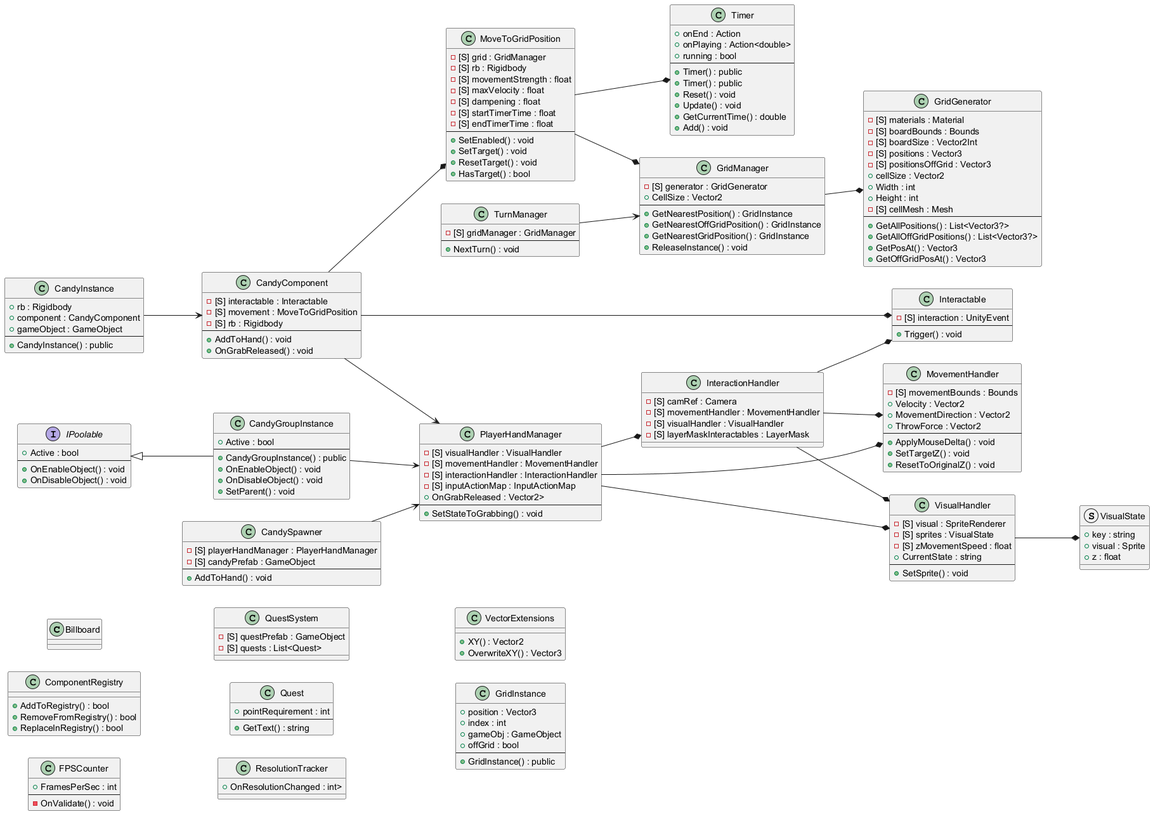
Before: .docs/public_project.png, a diagram exported from PlantUML (RyanDefost/Mii_Commander).
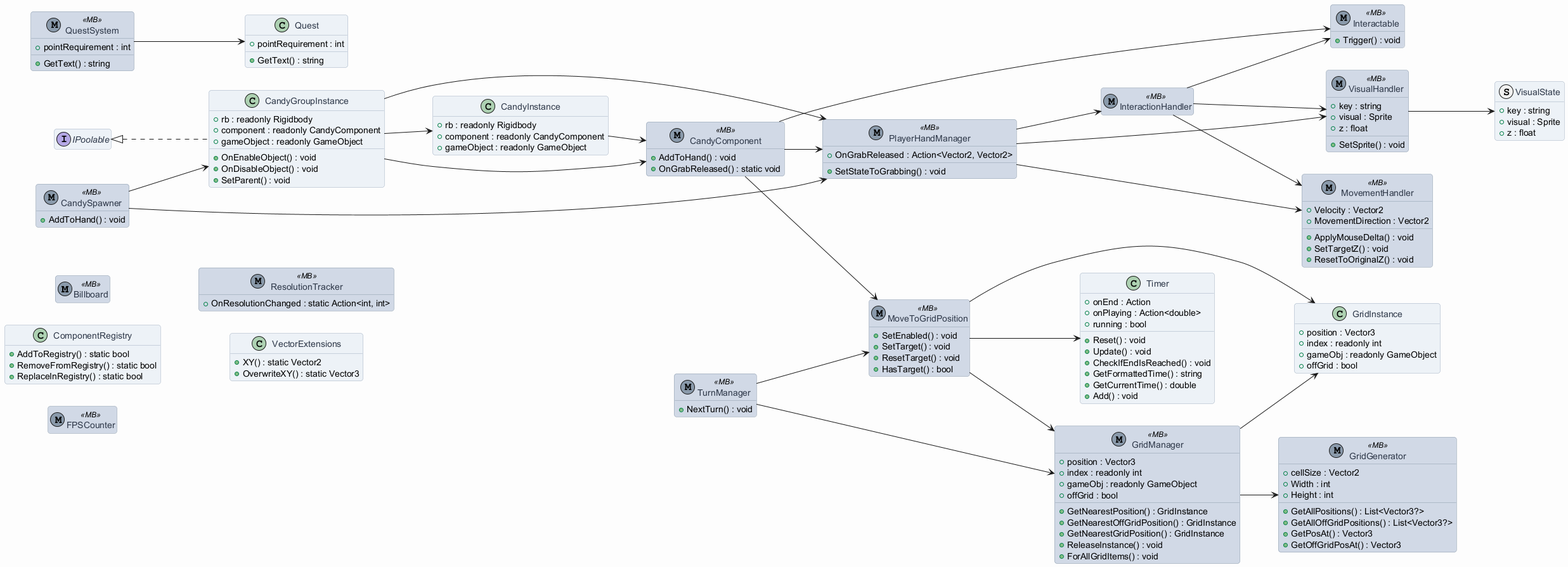
The same diagram one commit later.

Change to the diagram source:
```diff
@@ -1,193 +1,173 @@
 @startuml
-skinparam classAttributeIconSize 10
+
 set namespaceSeparator none
 left to right direction
-class Billboard {
+
+skinparam BackgroundColor #FDFDFD
+skinparam RoundCorner 8
+
+skinparam class {
+    BackgroundColor #EDF2F7
+    BorderColor #A0AEC0
+    FontColor #2D3748
+
+    BackgroundColor<<MB>> #D1D9E6
+    BorderColor<<MB>> #8A9AAB
+
+    BackgroundColor<<SO>> #D2E4D8
+    BorderColor<<SO>> #94B49F
+}
+
+hide empty members
+
+!define MonoBehaviour(x) class x << (M,#8A9AAB) MB >>
+!define ScriptableObject(x) class x << (S,#94B49F) SO >>
+!define PrivateSerialized(x) - [<color:#00C732>S</color>] x
+!define PublicSerialized(x) + [<color:#00C732>S</color>] x
+
+MonoBehaviour(Billboard) {
 }
 class ComponentRegistry {
-+AddToRegistry() : bool
-+RemoveFromRegistry() : bool
-+ReplaceInRegistry() : bool
+  + AddToRegistry() : static bool
+  + RemoveFromRegistry() : static bool
+  + ReplaceInRegistry() : static bool
 }
-class FPSCounter {
-+FramesPerSec : int
---
--OnValidate() : void
+MonoBehaviour(FPSCounter) {
 }
 interface IPoolable {
-+Active : bool
---
-+OnEnableObject() : void
-+OnDisableObject() : void
 }
-class QuestSystem {
--[S] questPrefab : GameObject
--[S] quests : List<Quest>
+MonoBehaviour(QuestSystem) {
+  + pointRequirement : int
+  + GetText() : string
 }
 class Quest {
-+pointRequirement : int
---
-+GetText() : string
+  + pointRequirement : int
+  + GetText() : string
 }
-class ResolutionTracker {
-+OnResolutionChanged : int>
+MonoBehaviour(ResolutionTracker) {
+  + OnResolutionChanged : static Action<int, int>
 }
 class Timer {
-+onEnd : Action
-+onPlaying : Action<double>
-+running : bool
---
-+Timer() : public
-+Timer() : public
-+Reset() : void
-+Update() : void
-+GetCurrentTime() : double
-+Add() : void
+  + onEnd : Action
+  + onPlaying : Action<double>
+  + running : bool
+  + Reset() : void
+  + Update() : void
+  + CheckIfEndIsReached() : void
+  + GetFormattedTime() : string
+  + GetCurrentTime() : double
+  + Add() : void
 }
 class VectorExtensions {
-+XY() : Vector2
-+OverwriteXY() : Vector3
+  + XY() : static Vector2
+  + OverwriteXY() : static Vector3
 }
-class GridGenerator {
--[S] materials : Material
--[S] boardBounds : Bounds
--[S] boardSize : Vector2Int
--[S] positions : Vector3
--[S] positionsOffGrid : Vector3
-+cellSize : Vector2
-+Width : int
-+Height : int
--[S] cellMesh : Mesh
---
-+GetAllPositions() : List<Vector3?>
-+GetAllOffGridPositions() : List<Vector3?>
-+GetPosAt() : Vector3
-+GetOffGridPosAt() : Vector3
+MonoBehaviour(GridGenerator) {
+  + cellSize : Vector2
+  + Width : int
+  + Height : int
+  + GetAllPositions() : List<Vector3?>
+  + GetAllOffGridPositions() : List<Vector3?>
+  + GetPosAt() : Vector3
+  + GetOffGridPosAt() : Vector3
 }
-class GridManager {
--[S] generator : GridGenerator
-+CellSize : Vector2
---
-+GetNearestPosition() : GridInstance
-+GetNearestOffGridPosition() : GridInstance
-+GetNearestGridPosition() : GridInstance
-+ReleaseInstance() : void
+MonoBehaviour(GridManager) {
+  + position : Vector3
+  + index : readonly int
+  + gameObj : readonly GameObject
+  + offGrid : bool
+  + GetNearestPosition() : GridInstance
+  + GetNearestOffGridPosition() : GridInstance
+  + GetNearestGridPosition() : GridInstance
+  + ReleaseInstance() : void
+  + ForAllGridItems() : void
 }
 class GridInstance {
-+position : Vector3
-+index : int
-+gameObj : GameObject
-+offGrid : bool
---
-+GridInstance() : public
+  + position : Vector3
+  + index : readonly int
+  + gameObj : readonly GameObject
+  + offGrid : bool
 }
-class TurnManager {
--[S] gridManager : GridManager
---
-+NextTurn() : void
+MonoBehaviour(TurnManager) {
+  + NextTurn() : void
 }
-class Interactable {
--[S] interaction : UnityEvent
---
-+Trigger() : void
+MonoBehaviour(Interactable) {
+  + Trigger() : void
 }
-class MoveToGridPosition {
--[S] grid : GridManager
--[S] rb : Rigidbody
--[S] movementStrength : float
--[S] maxVelocity : float
--[S] dampening : float
--[S] startTimerTime : float
--[S] endTimerTime : float
---
-+SetEnabled() : void
-+SetTarget() : void
-+ResetTarget() : void
-+HasTarget() : bool
+MonoBehaviour(MoveToGridPosition) {
+  + SetEnabled() : void
+  + SetTarget() : void
+  + ResetTarget() : void
+  + HasTarget() : bool
 }
-class CandyComponent {
--[S] interactable : Interactable
--[S] movement : MoveToGridPosition
--[S] rb : Rigidbody
---
-+AddToHand() : void
-+OnGrabReleased() : void
+MonoBehaviour(CandyComponent) {
+  + AddToHand() : void
+  + OnGrabReleased() : static void
 }
 class CandyGroupInstance {
-+Active : bool
---
-+CandyGroupInstance() : public
-+OnEnableObject() : void
-+OnDisableObject() : void
-+SetParent() : void
+  + rb : readonly Rigidbody
+  + component : readonly CandyComponent
+  + gameObject : readonly GameObject
+  + OnEnableObject() : void
+  + OnDisableObject() : void
+  + SetParent() : void
 }
-IPoolable <|-- CandyGroupInstance
 class CandyInstance {
-+rb : Rigidbody
-+component : CandyComponent
-+gameObject : GameObject
---
-+CandyInstance() : public
+  + rb : readonly Rigidbody
+  + component : readonly CandyComponent
+  + gameObject : readonly GameObject
 }
-class CandySpawner {
--[S] playerHandManager : PlayerHandManager
--[S] candyPrefab : GameObject
---
-+AddToHand() : void
+MonoBehaviour(CandySpawner) {
+  + AddToHand() : void
 }
-class InteractionHandler {
--[S] camRef : Camera
--[S] movementHandler : MovementHandler
--[S] visualHandler : VisualHandler
--[S] layerMaskInteractables : LayerMask
+MonoBehaviour(InteractionHandler) {
 }
-class MovementHandler {
--[S] movementBounds : Bounds
-+Velocity : Vector2
-+MovementDirection : Vector2
-+ThrowForce : Vector2
---
-+ApplyMouseDelta() : void
-+SetTargetZ() : void
-+ResetToOriginalZ() : void
+MonoBehaviour(MovementHandler) {
+  + Velocity : Vector2
+  + MovementDirection : Vector2
+  + ApplyMouseDelta() : void
+  + SetTargetZ() : void
+  + ResetToOriginalZ() : void
 }
-class PlayerHandManager {
--[S] visualHandler : VisualHandler
--[S] movementHandler : MovementHandler
--[S] interactionHandler : InteractionHandler
--[S] inputActionMap : InputActionMap
-+OnGrabReleased : Vector2>
---
-+SetStateToGrabbing() : void
+MonoBehaviour(PlayerHandManager) {
+  + OnGrabReleased : Action<Vector2, Vector2>
+  + SetStateToGrabbing() : void
 }
-class VisualHandler {
--[S] visual : SpriteRenderer
--[S] sprites : VisualState
--[S] zMovementSpeed : float
-+CurrentState : string
---
-+SetSprite() : void
+MonoBehaviour(VisualHandler) {
+  + key : string
+  + visual : Sprite
+  + z : float
+  + SetSprite() : void
 }
 struct VisualState {
-+key : string
-+visual : Sprite
-+z : float
+  + key : string
+  + visual : Sprite
+  + z : float
 }
-GridManager --* GridGenerator
-TurnManager --> GridManager
-MoveToGridPosition --* GridManager
-MoveToGridPosition --* Timer
-CandyComponent --* Interactable
-CandyComponent --* MoveToGridPosition
+
+CandyComponent --> Interactable
+CandyComponent --> MoveToGridPosition
 CandyComponent --> PlayerHandManager
+CandyGroupInstance --> CandyComponent
+CandyGroupInstance --> CandyInstance
 CandyGroupInstance --> PlayerHandManager
 CandyInstance --> CandyComponent
+CandySpawner --> CandyGroupInstance
 CandySpawner --> PlayerHandManager
-InteractionHandler --* MovementHandler
-InteractionHandler --* VisualHandler
-InteractionHandler --* Interactable
-PlayerHandManager --* VisualHandler
-PlayerHandManager --* MovementHandler
-PlayerHandManager --* InteractionHandler
-VisualHandler --* VisualState
+GridManager --> GridGenerator
+GridManager --> GridInstance
+InteractionHandler --> Interactable
+InteractionHandler --> MovementHandler
+InteractionHandler --> VisualHandler
+IPoolable <|.. CandyGroupInstance
+MoveToGridPosition --> GridInstance
+MoveToGridPosition --> GridManager
+MoveToGridPosition --> Timer
+PlayerHandManager --> InteractionHandler
+PlayerHandManager --> MovementHandler
+PlayerHandManager --> VisualHandler
+QuestSystem --> Quest
+TurnManager --> GridManager
+TurnManager --> MoveToGridPosition
+VisualHandler --> VisualState
 @enduml
```
